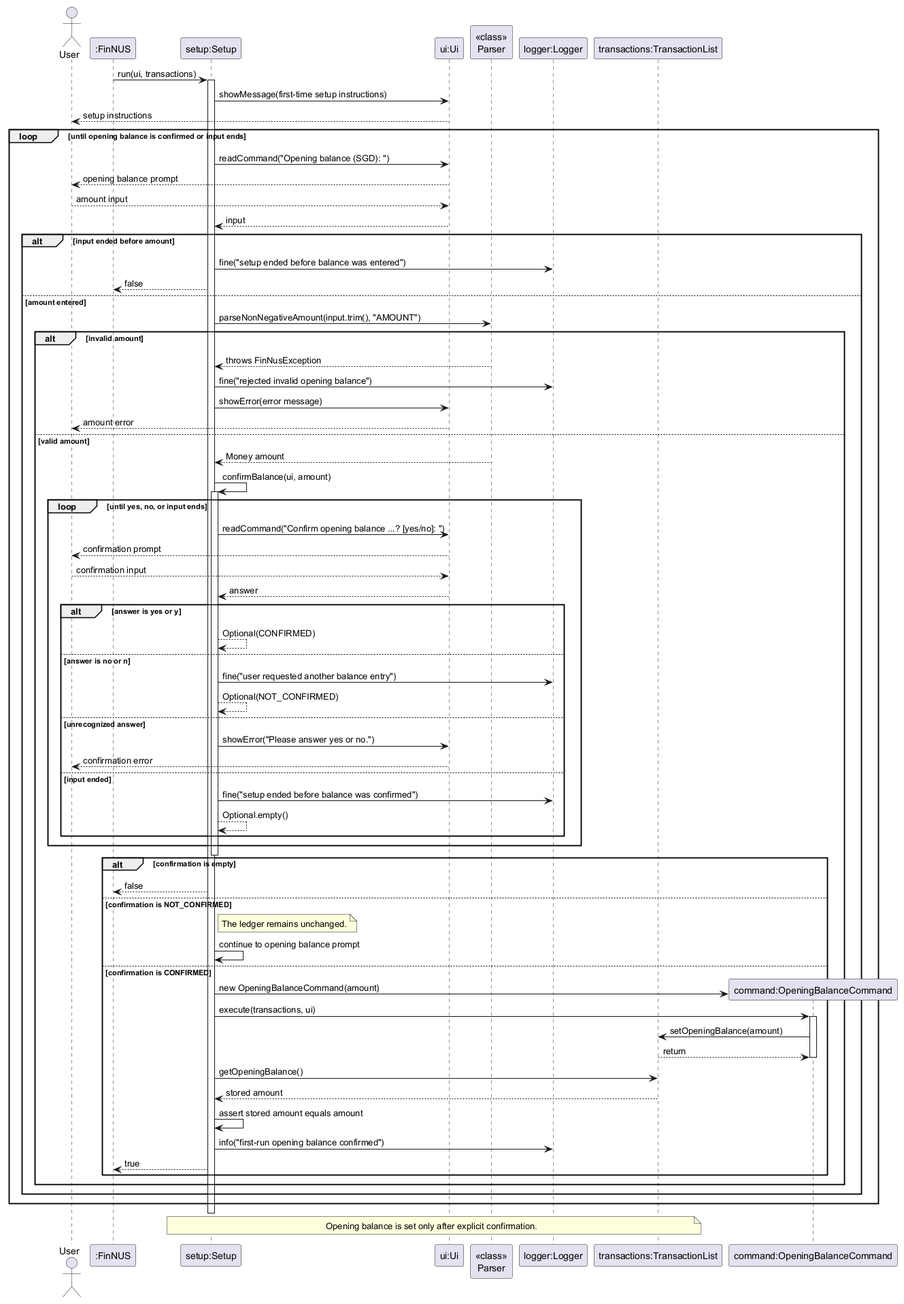
Before: docs/images/SetupSequenceDiagram.png, a diagram exported from PlantUML (AY2627S1-CS2113-W13-2/tp).
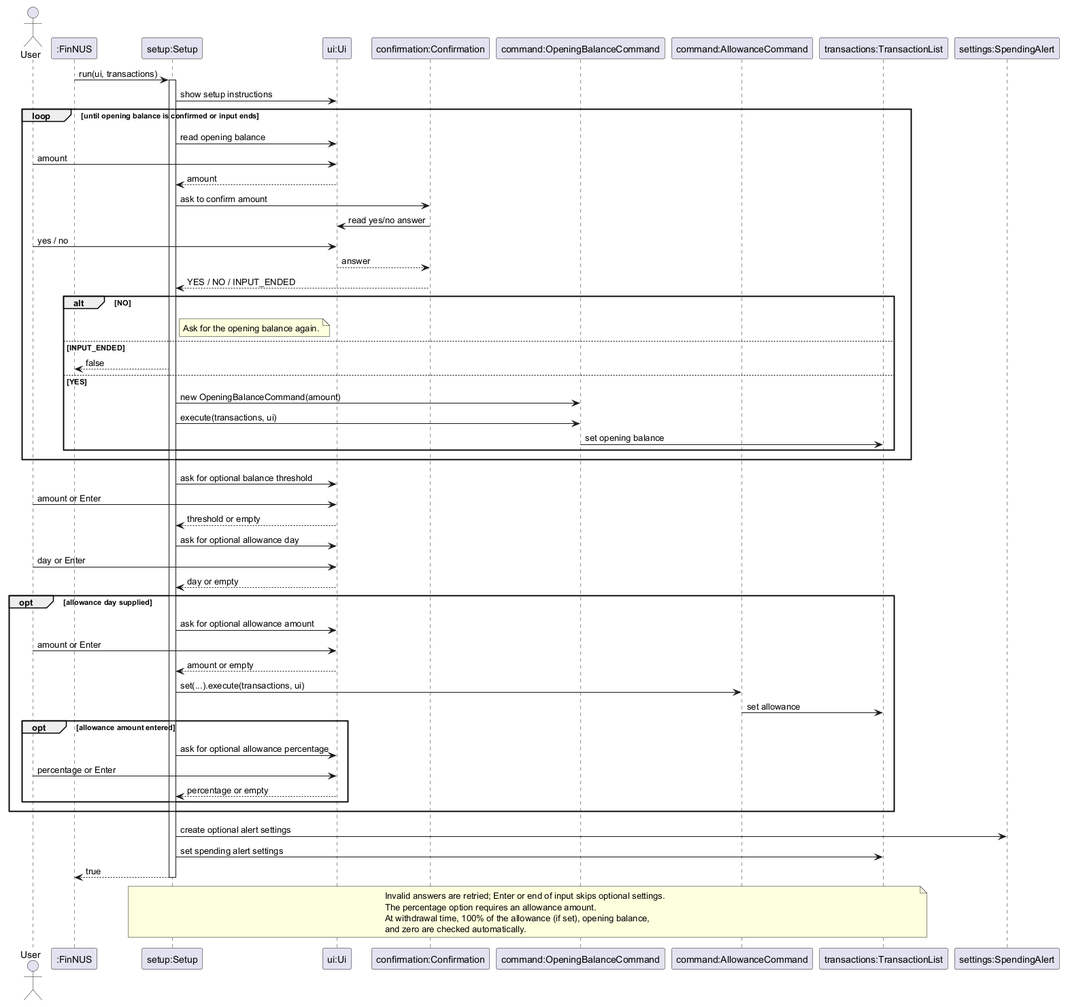
The same file after the commit.

Commit message:
Simplify SetupSequenceDiagram

Change to the diagram source:
```diff
@@ -3,74 +3,65 @@
 participant ":FinNUS" as FinNUS
 participant "setup:Setup" as Setup
 participant "ui:Ui" as Ui
-participant "<<class>>\nParser" as Parser
-participant "logger:Logger" as Logger
+participant "confirmation:Confirmation" as Confirmation
+participant "command:OpeningBalanceCommand" as Opening
+participant "command:AllowanceCommand" as Allowance
 participant "transactions:TransactionList" as Ledger
+participant "settings:SpendingAlert" as SpendingAlert
 
 FinNUS -> Setup: run(ui, transactions)
 activate Setup
-Setup -> Ui: showMessage(first-time setup instructions)
-Ui --> User: setup instructions
+Setup -> Ui: show setup instructions
+
 loop until opening balance is confirmed or input ends
-    Setup -> Ui: readCommand("Opening balance (SGD): ")
-    Ui --> User: opening balance prompt
-    User --> Ui: amount input
-    Ui --> Setup: input
-    alt input ended before amount
-        Setup -> Logger: fine("setup ended before balance was entered")
+    Setup -> Ui: read opening balance
+    User -> Ui: amount
+    Ui --> Setup: amount
+    Setup -> Confirmation: ask to confirm amount
+    Confirmation -> Ui: read yes/no answer
+    User -> Ui: yes / no
+    Ui --> Confirmation: answer
+    Confirmation --> Setup: YES / NO / INPUT_ENDED
+    alt NO
+        note right of Setup: Ask for the opening balance again.
+    else INPUT_ENDED
         Setup --> FinNUS: false
-    else amount entered
-        Setup -> Parser: parseNonNegativeAmount(input.trim(), "AMOUNT")
-        alt invalid amount
-            Parser --> Setup: throws FinNusException
-            Setup -> Logger: fine("rejected invalid opening balance")
-            Setup -> Ui: showError(error message)
-            Ui --> User: amount error
-        else valid amount
-            Parser --> Setup: Money amount
-            Setup -> Setup: confirmBalance(ui, amount)
-            activate Setup
-            loop until yes, no, or input ends
-                Setup -> Ui: readCommand("Confirm opening balance ...? [yes/no]: ")
-                Ui --> User: confirmation prompt
-                User --> Ui: confirmation input
-                Ui --> Setup: answer
-                alt answer is yes or y
-                    Setup --> Setup: Optional(CONFIRMED)
-                else answer is no or n
-                    Setup -> Logger: fine("user requested another balance entry")
-                    Setup --> Setup: Optional(NOT_CONFIRMED)
-                else unrecognized answer
-                    Setup -> Ui: showError("Please answer yes or no.")
-                    Ui --> User: confirmation error
-                else input ended
-                    Setup -> Logger: fine("setup ended before balance was confirmed")
-                    Setup --> Setup: Optional.empty()
-                end
-            end
-            deactivate Setup
-            alt confirmation is empty
-                Setup --> FinNUS: false
-            else confirmation is NOT_CONFIRMED
-                note right of Setup: The ledger remains unchanged.
-                Setup -> Setup: continue to opening balance prompt
-            else confirmation is CONFIRMED
-                create "command:OpeningBalanceCommand" as Opening
-                Setup -> Opening: new OpeningBalanceCommand(amount)
-                Setup -> Opening: execute(transactions, ui)
-                activate Opening
-                Opening -> Ledger: setOpeningBalance(amount)
-                Ledger --> Opening: return
-                deactivate Opening
-                Setup -> Ledger: getOpeningBalance()
-                Ledger --> Setup: stored amount
-                Setup -> Setup: assert stored amount equals amount
-                Setup -> Logger: info("first-run opening balance confirmed")
-                Setup --> FinNUS: true
-            end
-        end
+    else YES
+        Setup -> Opening: new OpeningBalanceCommand(amount)
+        Setup -> Opening: execute(transactions, ui)
+        Opening -> Ledger: set opening balance
     end
 end
+
+Setup -> Ui: ask for optional balance threshold
+    User -> Ui: amount or Enter
+    Ui --> Setup: threshold or empty
+
+Setup -> Ui: ask for optional allowance day
+User -> Ui: day or Enter
+Ui --> Setup: day or empty
+opt allowance day supplied
+    Setup -> Ui: ask for optional allowance amount
+    User -> Ui: amount or Enter
+    Ui --> Setup: amount or empty
+    Setup -> Allowance: set(...).execute(transactions, ui)
+    Allowance -> Ledger: set allowance
+    opt allowance amount entered
+        Setup -> Ui: ask for optional allowance percentage
+        User -> Ui: percentage or Enter
+        Ui --> Setup: percentage or empty
+    end
+end
+
+Setup -> SpendingAlert: create optional alert settings
+Setup -> Ledger: set spending alert settings
+Setup --> FinNUS: true
 deactivate Setup
-note over Setup, Ledger: Opening balance is set only after explicit confirmation.
+
+note over Setup, Ledger
+    Invalid answers are retried; Enter or end of input skips optional settings.
+    The percentage option requires an allowance amount.
+    At withdrawal time, 100% of the allowance (if set), opening balance,
+    and zero are checked automatically.
+end note
 @enduml
```
